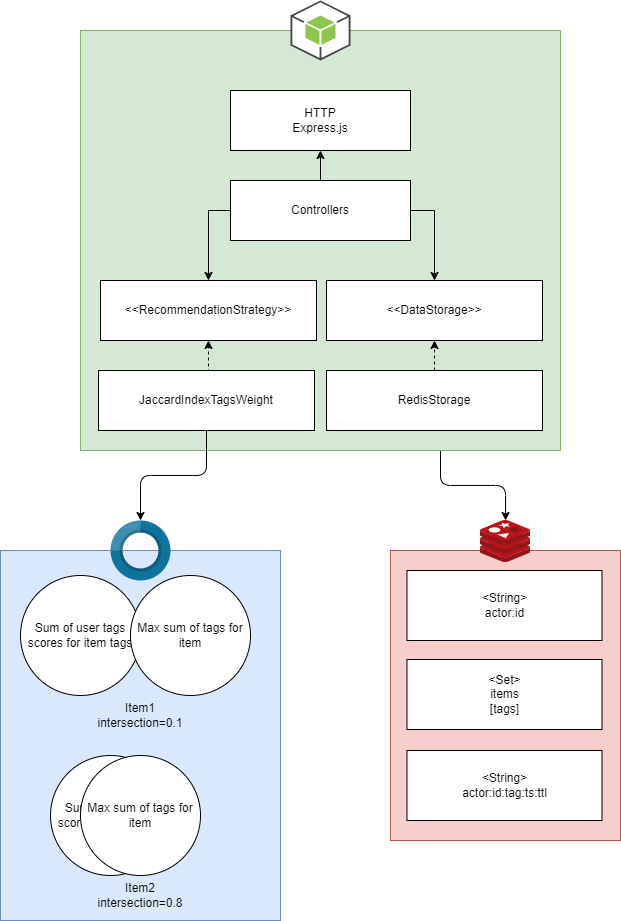
Above: architecture.png in pilotpirxie/recommendation-redis (draw.io), before the change. Source tidied: cells renumbered, new cells last; positions are measured from the earlier drawing's top-left corner, leaving out a move shared by most shapes.
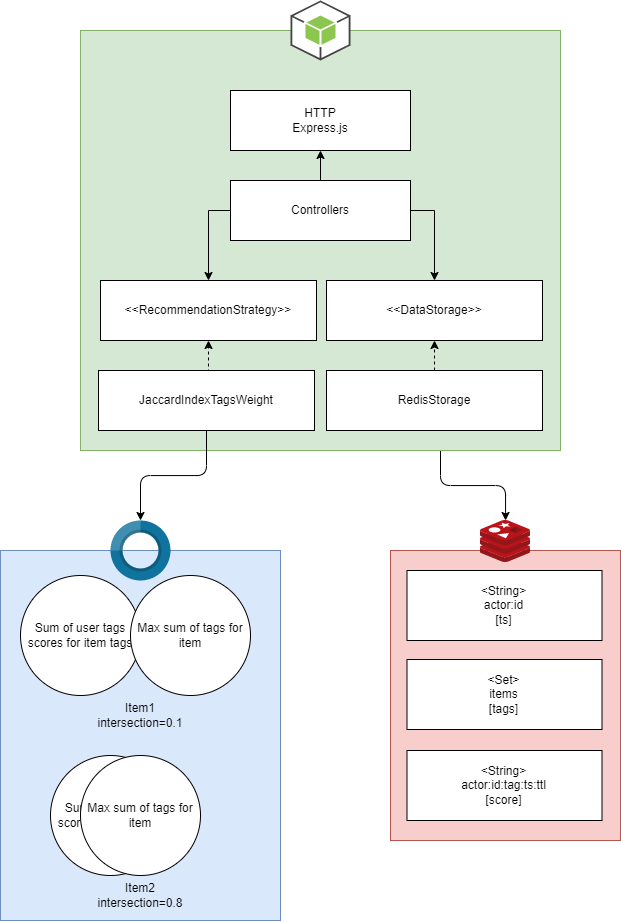
Above is the later version.

Change to the diagram source:
```diff
@@ -53,10 +53,10 @@
     <mxCell id="18" style="sketch=0;html=1;points=[];align=center;image;fontSize=12;image=img/lib/mscae/Cache_Redis_Product.svg;" parent="1" vertex="1">
       <mxGeometry x="480" y="520" width="50" height="42" as="geometry" />
     </mxCell>
-    <mxCell id="19" value="&lt;div&gt;&amp;lt;String&amp;gt;&lt;br&gt;&lt;/div&gt;&lt;div&gt;actor:id&lt;/div&gt;" style="rounded=0;whiteSpace=wrap;html=1;" parent="1" vertex="1">
+    <mxCell id="19" value="&lt;div&gt;&amp;lt;String&amp;gt;&lt;br&gt;&lt;/div&gt;&lt;div&gt;actor:id&lt;/div&gt;&lt;div&gt;[ts]&lt;/div&gt;" style="rounded=0;whiteSpace=wrap;html=1;" parent="1" vertex="1">
       <mxGeometry x="406.5" y="570" width="195" height="70" as="geometry" />
     </mxCell>
-    <mxCell id="20" value="&lt;div&gt;&amp;lt;String&amp;gt;&lt;br&gt;&lt;/div&gt;&lt;div&gt;actor:id:tag:ts:ttl&lt;/div&gt;" style="rounded=0;whiteSpace=wrap;html=1;" parent="1" vertex="1">
+    <mxCell id="20" value="&lt;div&gt;&amp;lt;String&amp;gt;&lt;br&gt;&lt;/div&gt;&lt;div&gt;actor:id:tag:ts:ttl&lt;/div&gt;&lt;div&gt;[score]&lt;/div&gt;" style="rounded=0;whiteSpace=wrap;html=1;" parent="1" vertex="1">
       <mxGeometry x="406.5" y="750" width="195" height="70" as="geometry" />
     </mxCell>
     <mxCell id="21" value="&lt;div&gt;&amp;lt;Set&amp;gt;&lt;br&gt;&lt;/div&gt;&lt;div&gt;items&lt;/div&gt;&lt;div&gt;[tags]&lt;/div&gt;" style="rounded=0;whiteSpace=wrap;html=1;" parent="1" vertex="1">
```
